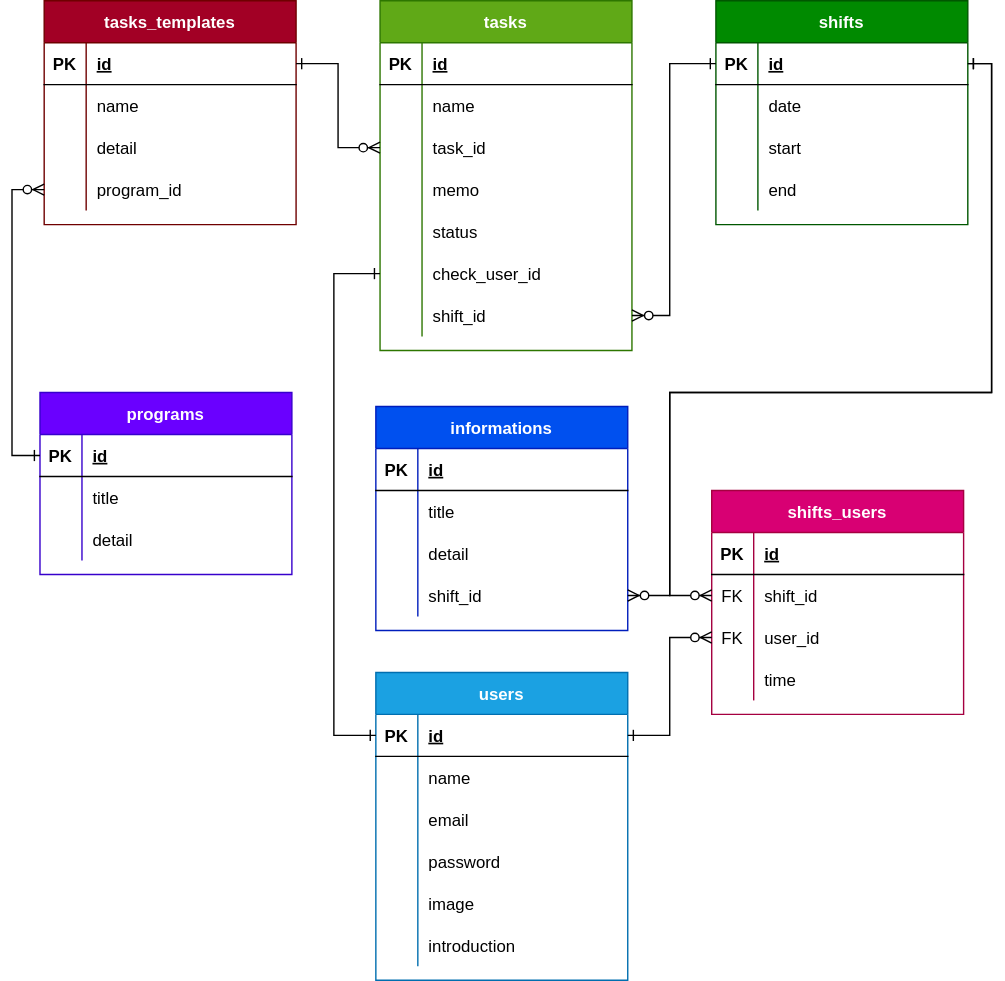
Above: data.svg in yumekiti-archive/OC_Task (draw.io), before the change. Source tidied: cells renumbered, new cells last; positions are measured from the earlier drawing's top-left corner, leaving out a move shared by most shapes.
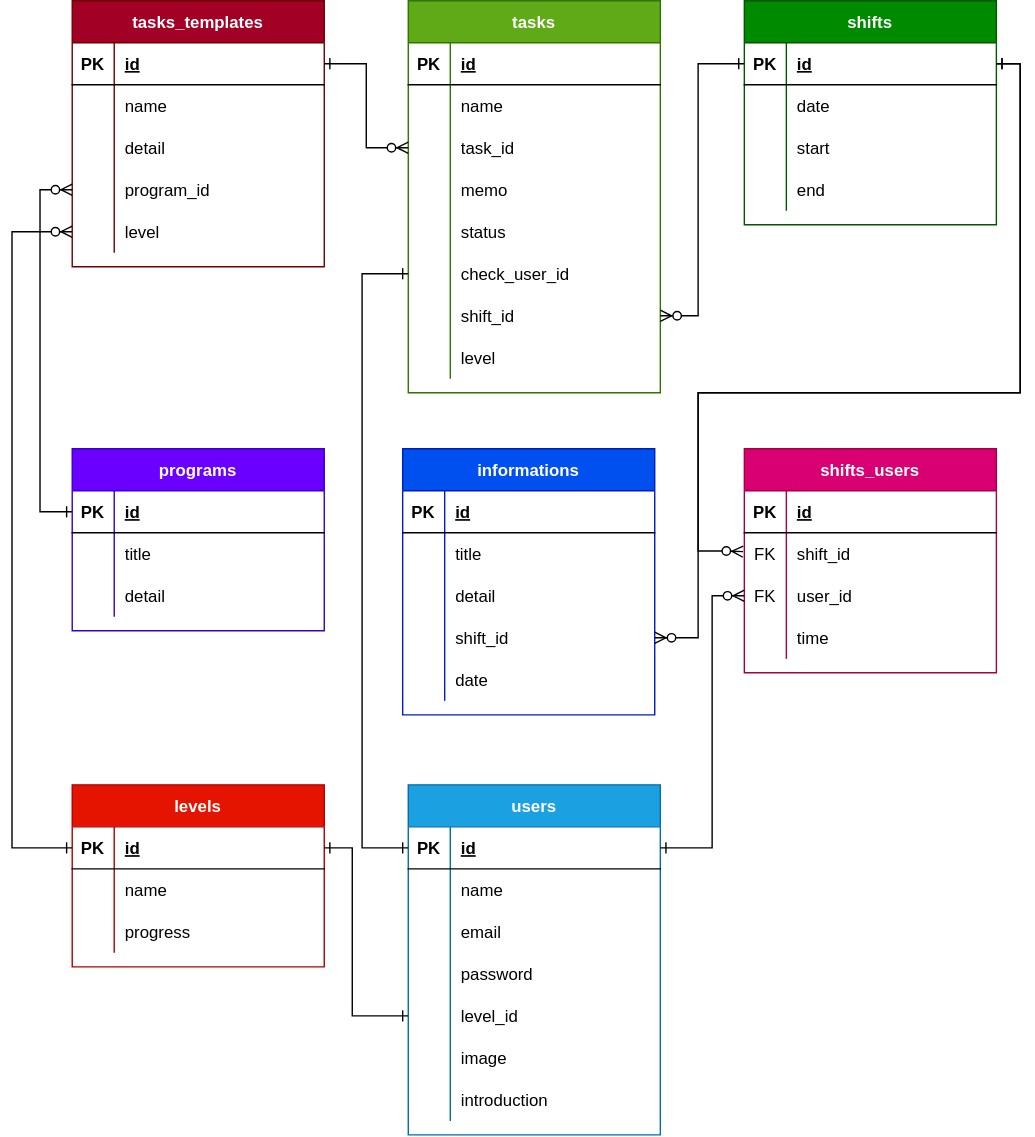
Above is the later version.

Change to the diagram source:
```diff
@@ -3,7 +3,7 @@
     <mxCell id="0" />
     <mxCell id="1" parent="0" />
     <mxCell id="2" value="tasks" style="shape=table;startSize=30;rowLines=0;fontStyle=1;align=center;fillColor=#60a917;fontColor=#ffffff;strokeColor=#2D7600;swimlaneFillColor=default;" parent="1" vertex="1">
-      <mxGeometry x="263" width="180" height="250" as="geometry" />
+      <mxGeometry x="263" width="180" height="280" as="geometry" />
     </mxCell>
     <mxCell id="3" style="shape=partialRectangle;fillColor=none;top=0;left=0;bottom=1;right=0;" parent="2" vertex="1">
       <mxGeometry y="30" width="180" height="30" as="geometry" />
@@ -68,6 +68,15 @@
     <mxCell id="23" value="shift_id" style="shape=partialRectangle;fillColor=none;top=0;left=0;bottom=0;right=0;align=left;spacingLeft=6;overflow=hidden;" parent="21" vertex="1">
       <mxGeometry x="30" width="150" height="30" as="geometry" />
     </mxCell>
+    <mxCell id="112" style="shape=partialRectangle;fillColor=none;top=0;left=0;bottom=0;right=0;" parent="2" vertex="1">
+      <mxGeometry y="240" width="180" height="30" as="geometry" />
+    </mxCell>
+    <mxCell id="113" style="shape=partialRectangle;fillColor=none;top=0;left=0;bottom=0;right=0;overflow=hidden;" parent="112" vertex="1">
+      <mxGeometry width="30" height="30" as="geometry" />
+    </mxCell>
+    <mxCell id="114" value="level" style="shape=partialRectangle;fillColor=none;top=0;left=0;bottom=0;right=0;align=left;spacingLeft=6;overflow=hidden;" parent="112" vertex="1">
+      <mxGeometry x="30" width="150" height="30" as="geometry" />
+    </mxCell>
     <mxCell id="24" value="shifts" style="shape=table;startSize=30;rowLines=0;fontStyle=1;align=center;fillColor=#008a00;fontColor=#ffffff;strokeColor=#005700;swimlaneFillColor=default;" parent="1" vertex="1">
       <mxGeometry x="503" width="180" height="160" as="geometry" />
     </mxCell>
@@ -108,7 +117,7 @@
       <mxGeometry x="30" width="150" height="30" as="geometry" />
     </mxCell>
     <mxCell id="37" value="users" style="shape=table;startSize=30;rowLines=0;fontStyle=1;align=center;fillColor=#1ba1e2;fontColor=#ffffff;strokeColor=#006EAF;swimlaneFillColor=default;" parent="1" vertex="1">
-      <mxGeometry x="260" y="480" width="180" height="220" as="geometry" />
+      <mxGeometry x="263" y="560" width="180" height="250" as="geometry" />
     </mxCell>
     <mxCell id="38" style="shape=partialRectangle;fillColor=none;top=0;left=0;bottom=1;right=0;points=[[0,0.5],[1,0.5]];portConstraint=eastwest;" parent="37" vertex="1">
       <mxGeometry y="30" width="180" height="30" as="geometry" />
@@ -146,8 +155,17 @@
     <mxCell id="49" value="password" style="shape=partialRectangle;fillColor=none;top=0;left=0;bottom=0;right=0;align=left;spacingLeft=6;overflow=hidden;" parent="47" vertex="1">
       <mxGeometry x="30" width="150" height="30" as="geometry" />
     </mxCell>
+    <mxCell id="115" style="shape=partialRectangle;fillColor=none;top=0;left=0;bottom=0;right=0;points=[[0,0.5],[1,0.5]];portConstraint=eastwest;" parent="37" vertex="1">
+      <mxGeometry y="150" width="180" height="30" as="geometry" />
+    </mxCell>
+    <mxCell id="116" style="shape=partialRectangle;fillColor=none;top=0;left=0;bottom=0;right=0;overflow=hidden;" parent="115" vertex="1">
+      <mxGeometry width="30" height="30" as="geometry" />
+    </mxCell>
+    <mxCell id="117" value="level_id" style="shape=partialRectangle;fillColor=none;top=0;left=0;bottom=0;right=0;align=left;spacingLeft=6;overflow=hidden;" parent="115" vertex="1">
+      <mxGeometry x="30" width="150" height="30" as="geometry" />
+    </mxCell>
     <mxCell id="50" style="shape=partialRectangle;fillColor=none;top=0;left=0;bottom=0;right=0;" parent="37" vertex="1">
-      <mxGeometry y="150" width="180" height="30" as="geometry" />
+      <mxGeometry y="180" width="180" height="30" as="geometry" />
     </mxCell>
     <mxCell id="51" style="shape=partialRectangle;fillColor=none;top=0;left=0;bottom=0;right=0;overflow=hidden;" parent="50" vertex="1">
       <mxGeometry width="30" height="30" as="geometry" />
@@ -156,7 +174,7 @@
       <mxGeometry x="30" width="150" height="30" as="geometry" />
     </mxCell>
     <mxCell id="53" style="shape=partialRectangle;fillColor=none;top=0;left=0;bottom=0;right=0;" parent="37" vertex="1">
-      <mxGeometry y="180" width="180" height="30" as="geometry" />
+      <mxGeometry y="210" width="180" height="30" as="geometry" />
     </mxCell>
     <mxCell id="54" style="shape=partialRectangle;fillColor=none;top=0;left=0;bottom=0;right=0;overflow=hidden;" parent="53" vertex="1">
       <mxGeometry width="30" height="30" as="geometry" />
@@ -165,7 +183,7 @@
       <mxGeometry x="30" width="150" height="30" as="geometry" />
     </mxCell>
     <mxCell id="56" value="informations" style="shape=table;startSize=30;rowLines=0;fontStyle=1;align=center;fillColor=#0050ef;fontColor=#ffffff;strokeColor=#001DBC;swimlaneFillColor=default;" parent="1" vertex="1">
-      <mxGeometry x="260" y="290" width="180" height="160" as="geometry" />
+      <mxGeometry x="259" y="320" width="180" height="190" as="geometry" />
     </mxCell>
     <mxCell id="57" style="shape=partialRectangle;fillColor=none;top=0;left=0;bottom=1;right=0;" parent="56" vertex="1">
       <mxGeometry y="30" width="180" height="30" as="geometry" />
@@ -203,8 +221,17 @@
     <mxCell id="68" value="shift_id" style="shape=partialRectangle;fillColor=none;top=0;left=0;bottom=0;right=0;align=left;spacingLeft=6;overflow=hidden;" parent="66" vertex="1">
       <mxGeometry x="30" width="150" height="30" as="geometry" />
     </mxCell>
+    <mxCell id="118" style="shape=partialRectangle;fillColor=none;top=0;left=0;bottom=0;right=0;" parent="56" vertex="1">
+      <mxGeometry y="150" width="180" height="30" as="geometry" />
+    </mxCell>
+    <mxCell id="119" style="shape=partialRectangle;fillColor=none;top=0;left=0;bottom=0;right=0;overflow=hidden;" parent="118" vertex="1">
+      <mxGeometry width="30" height="30" as="geometry" />
+    </mxCell>
+    <mxCell id="120" value="date" style="shape=partialRectangle;fillColor=none;top=0;left=0;bottom=0;right=0;align=left;spacingLeft=6;overflow=hidden;" parent="118" vertex="1">
+      <mxGeometry x="30" width="150" height="30" as="geometry" />
+    </mxCell>
     <mxCell id="69" value="programs" style="shape=table;startSize=30;rowLines=0;fontStyle=1;align=center;fillColor=#6a00ff;fontColor=#ffffff;strokeColor=#3700CC;swimlaneFillColor=default;" parent="1" vertex="1">
-      <mxGeometry x="20" y="280" width="180" height="130" as="geometry" />
+      <mxGeometry x="23" y="320" width="180" height="130" as="geometry" />
     </mxCell>
     <mxCell id="70" style="shape=partialRectangle;fillColor=none;top=0;left=0;bottom=1;right=0;points=[[0,0.5],[1,0.5]];portConstraint=eastwest;" parent="69" vertex="1">
       <mxGeometry y="30" width="180" height="30" as="geometry" />
@@ -234,7 +261,7 @@
       <mxGeometry x="30" width="150" height="30" as="geometry" />
     </mxCell>
     <mxCell id="79" value="shifts_users" style="shape=table;startSize=30;rowLines=0;fontStyle=1;align=center;fillColor=#d80073;fontColor=#ffffff;strokeColor=#A50040;swimlaneFillColor=default;" parent="1" vertex="1">
-      <mxGeometry x="500" y="350" width="180" height="160" as="geometry" />
+      <mxGeometry x="503" y="320" width="180" height="160" as="geometry" />
     </mxCell>
     <mxCell id="80" style="shape=partialRectangle;fillColor=none;top=0;left=0;bottom=1;right=0;" parent="79" vertex="1">
       <mxGeometry y="30" width="180" height="30" as="geometry" />
@@ -272,26 +299,27 @@
     <mxCell id="91" value="time" style="shape=partialRectangle;fillColor=none;top=0;left=0;bottom=0;right=0;align=left;spacingLeft=6;overflow=hidden;" parent="89" vertex="1">
       <mxGeometry x="30" width="150" height="30" as="geometry" />
     </mxCell>
-    <mxCell id="92" style="edgeStyle=orthogonalEdgeStyle;fontSize=12;html=1;endArrow=ERzeroToMany;endFill=1;entryX=0;entryY=0.5;entryDx=0;entryDy=0;startArrow=ERone;startFill=0;rounded=0;" parent="1" edge="1" source="25" target="83">
+    <mxCell id="92" style="edgeStyle=orthogonalEdgeStyle;fontSize=12;html=1;endArrow=ERzeroToMany;endFill=1;startArrow=ERone;startFill=0;rounded=0;entryX=-0.005;entryY=0.449;entryDx=0;entryDy=0;entryPerimeter=0;" parent="1" edge="1" source="25" target="83">
       <mxGeometry relative="1" as="geometry">
         <Array as="points">
           <mxPoint x="700" y="45" />
           <mxPoint x="700" y="280" />
           <mxPoint x="470" y="280" />
-          <mxPoint x="470" y="425" />
+          <mxPoint x="470" y="393" />
+          <mxPoint x="490" y="393" />
         </Array>
       </mxGeometry>
     </mxCell>
     <mxCell id="93" style="edgeStyle=orthogonalEdgeStyle;fontSize=12;html=1;endArrow=ERzeroToMany;endFill=1;startArrow=ERone;startFill=0;rounded=0;exitX=1;exitY=0.5;exitDx=0;exitDy=0;entryX=0;entryY=0.5;entryDx=0;entryDy=0;" parent="1" edge="1" source="38" target="86">
       <mxGeometry relative="1" as="geometry">
         <Array as="points">
-          <mxPoint x="470" y="525" />
-          <mxPoint x="470" y="455" />
+          <mxPoint x="480" y="605" />
+          <mxPoint x="480" y="425" />
         </Array>
       </mxGeometry>
     </mxCell>
     <mxCell id="94" value="tasks_templates" style="shape=table;startSize=30;rowLines=0;fontStyle=1;align=center;fillColor=#a20025;fontColor=#ffffff;strokeColor=#6F0000;swimlaneFillColor=default;" parent="1" vertex="1">
-      <mxGeometry x="23" width="180" height="160" as="geometry" />
+      <mxGeometry x="23" width="180" height="190" as="geometry" />
     </mxCell>
     <mxCell id="95" style="shape=partialRectangle;fillColor=none;top=0;left=0;bottom=1;right=0;points=[[0,0.5],[1,0.5]];portConstraint=eastwest;" parent="94" vertex="1">
       <mxGeometry y="30" width="180" height="30" as="geometry" />
@@ -329,6 +357,15 @@
     <mxCell id="106" value="program_id" style="shape=partialRectangle;fillColor=none;top=0;left=0;bottom=0;right=0;align=left;spacingLeft=6;overflow=hidden;" parent="104" vertex="1">
       <mxGeometry x="30" width="150" height="30" as="geometry" />
     </mxCell>
+    <mxCell id="121" style="shape=partialRectangle;fillColor=none;top=0;left=0;bottom=0;right=0;points=[[0,0.5],[1,0.5]];portConstraint=eastwest;" parent="94" vertex="1">
+      <mxGeometry y="150" width="180" height="30" as="geometry" />
+    </mxCell>
+    <mxCell id="122" style="shape=partialRectangle;fillColor=none;top=0;left=0;bottom=0;right=0;overflow=hidden;" parent="121" vertex="1">
+      <mxGeometry width="30" height="30" as="geometry" />
+    </mxCell>
+    <mxCell id="123" value="level" style="shape=partialRectangle;fillColor=none;top=0;left=0;bottom=0;right=0;align=left;spacingLeft=6;overflow=hidden;" parent="121" vertex="1">
+      <mxGeometry x="30" width="150" height="30" as="geometry" />
+    </mxCell>
     <mxCell id="107" style="edgeStyle=orthogonalEdgeStyle;fontSize=12;html=1;endArrow=ERzeroToMany;endFill=1;entryX=0;entryY=0.5;entryDx=0;entryDy=0;startArrow=ERone;startFill=0;exitX=1;exitY=0.5;exitDx=0;exitDy=0;rounded=0;" parent="1" edge="1" source="95" target="9">
       <mxGeometry relative="1" as="geometry" />
     </mxCell>
@@ -338,14 +375,14 @@
           <mxPoint x="700" y="45" />
           <mxPoint x="700" y="280" />
           <mxPoint x="470" y="280" />
-          <mxPoint x="470" y="425" />
+          <mxPoint x="470" y="455" />
         </Array>
       </mxGeometry>
     </mxCell>
     <mxCell id="109" style="edgeStyle=orthogonalEdgeStyle;fontSize=12;html=1;endArrow=ERzeroToMany;endFill=1;startArrow=ERone;startFill=0;exitX=0;exitY=0.5;exitDx=0;exitDy=0;rounded=0;entryX=0;entryY=0.5;entryDx=0;entryDy=0;" parent="1" edge="1" source="70" target="104">
       <mxGeometry relative="1" as="geometry">
         <Array as="points">
-          <mxPoint y="325" />
+          <mxPoint y="365" />
           <mxPoint y="135" />
         </Array>
       </mxGeometry>
@@ -353,7 +390,7 @@
     <mxCell id="110" style="edgeStyle=orthogonalEdgeStyle;fontSize=12;html=1;endArrow=ERone;endFill=1;strokeColor=default;entryX=0;entryY=0.5;entryDx=0;entryDy=0;exitX=0;exitY=0.5;exitDx=0;exitDy=0;jumpStyle=none;startArrow=ERone;startFill=0;rounded=0;" parent="1" edge="1" source="38" target="18">
       <mxGeometry relative="1" as="geometry">
         <Array as="points">
-          <mxPoint x="230" y="525" />
+          <mxPoint x="230" y="605" />
           <mxPoint x="230" y="195" />
         </Array>
       </mxGeometry>
@@ -366,5 +403,51 @@
         </Array>
       </mxGeometry>
     </mxCell>
+    <mxCell id="124" value="levels" style="shape=table;startSize=30;rowLines=0;fontStyle=1;align=center;fillColor=#e51400;fontColor=#ffffff;strokeColor=#B20000;swimlaneFillColor=default;" parent="1" vertex="1">
+      <mxGeometry x="23" y="560" width="180" height="130" as="geometry" />
+    </mxCell>
+    <mxCell id="125" style="shape=partialRectangle;fillColor=none;top=0;left=0;bottom=1;right=0;points=[[0,0.5],[1,0.5]];portConstraint=eastwest;" parent="124" vertex="1">
+      <mxGeometry y="30" width="180" height="30" as="geometry" />
+    </mxCell>
+    <mxCell id="126" value="PK" style="shape=partialRectangle;fillColor=none;top=0;left=0;bottom=0;right=0;fontStyle=1;overflow=hidden;" parent="125" vertex="1">
+      <mxGeometry width="30" height="30" as="geometry" />
+    </mxCell>
+    <mxCell id="127" value="id" style="shape=partialRectangle;fillColor=none;top=0;left=0;bottom=0;right=0;align=left;spacingLeft=6;fontStyle=5;overflow=hidden;" parent="125" vertex="1">
+      <mxGeometry x="30" width="150" height="30" as="geometry" />
+    </mxCell>
+    <mxCell id="128" style="shape=partialRectangle;fillColor=none;top=0;left=0;bottom=0;right=0;" parent="124" vertex="1">
+      <mxGeometry y="60" width="180" height="30" as="geometry" />
+    </mxCell>
+    <mxCell id="129" style="shape=partialRectangle;fillColor=none;top=0;left=0;bottom=0;right=0;overflow=hidden;" parent="128" vertex="1">
+      <mxGeometry width="30" height="30" as="geometry" />
+    </mxCell>
+    <mxCell id="130" value="name" style="shape=partialRectangle;fillColor=none;top=0;left=0;bottom=0;right=0;align=left;spacingLeft=6;overflow=hidden;" parent="128" vertex="1">
+      <mxGeometry x="30" width="150" height="30" as="geometry" />
+    </mxCell>
+    <mxCell id="131" style="shape=partialRectangle;fillColor=none;top=0;left=0;bottom=0;right=0;" parent="124" vertex="1">
+      <mxGeometry y="90" width="180" height="30" as="geometry" />
+    </mxCell>
+    <mxCell id="132" style="shape=partialRectangle;fillColor=none;top=0;left=0;bottom=0;right=0;overflow=hidden;" parent="131" vertex="1">
+      <mxGeometry width="30" height="30" as="geometry" />
+    </mxCell>
+    <mxCell id="133" value="progress" style="shape=partialRectangle;fillColor=none;top=0;left=0;bottom=0;right=0;align=left;spacingLeft=6;overflow=hidden;" parent="131" vertex="1">
+      <mxGeometry x="30" width="150" height="30" as="geometry" />
+    </mxCell>
+    <mxCell id="134" style="edgeStyle=orthogonalEdgeStyle;fontSize=12;html=1;endArrow=ERzeroToMany;endFill=1;startArrow=ERone;startFill=0;exitX=0;exitY=0.5;exitDx=0;exitDy=0;rounded=0;entryX=0;entryY=0.5;entryDx=0;entryDy=0;" parent="1" edge="1" source="125" target="121">
+      <mxGeometry relative="1" as="geometry">
+        <Array as="points">
+          <mxPoint x="-20" y="605" />
+          <mxPoint x="-20" y="165" />
+        </Array>
+      </mxGeometry>
+    </mxCell>
+    <mxCell id="135" style="edgeStyle=orthogonalEdgeStyle;fontSize=12;html=1;endArrow=ERone;endFill=1;strokeColor=default;entryX=1;entryY=0.5;entryDx=0;entryDy=0;jumpStyle=none;startArrow=ERone;startFill=0;rounded=0;exitX=0;exitY=0.5;exitDx=0;exitDy=0;" parent="1" edge="1" source="115" target="125">
+      <mxGeometry relative="1" as="geometry">
+        <Array as="points">
+          <mxPoint x="223" y="725" />
+          <mxPoint x="223" y="605" />
+        </Array>
+      </mxGeometry>
+    </mxCell>
   </root>
 </mxGraphModel>
```
